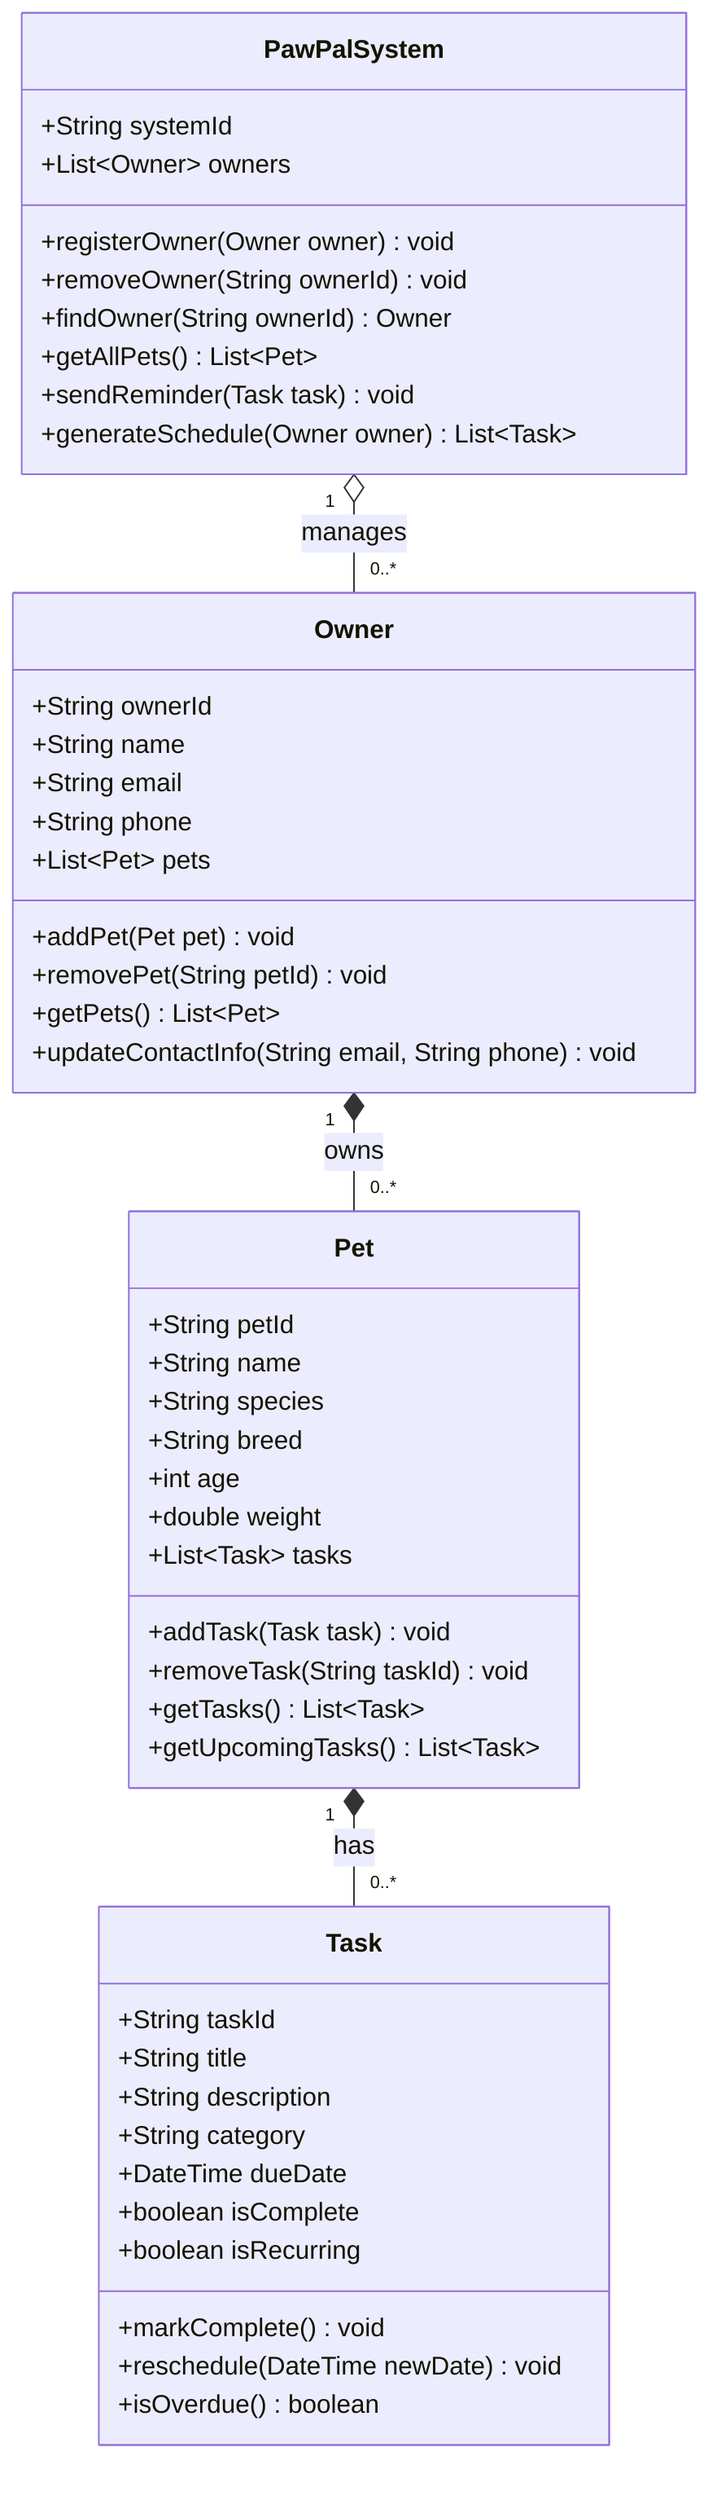
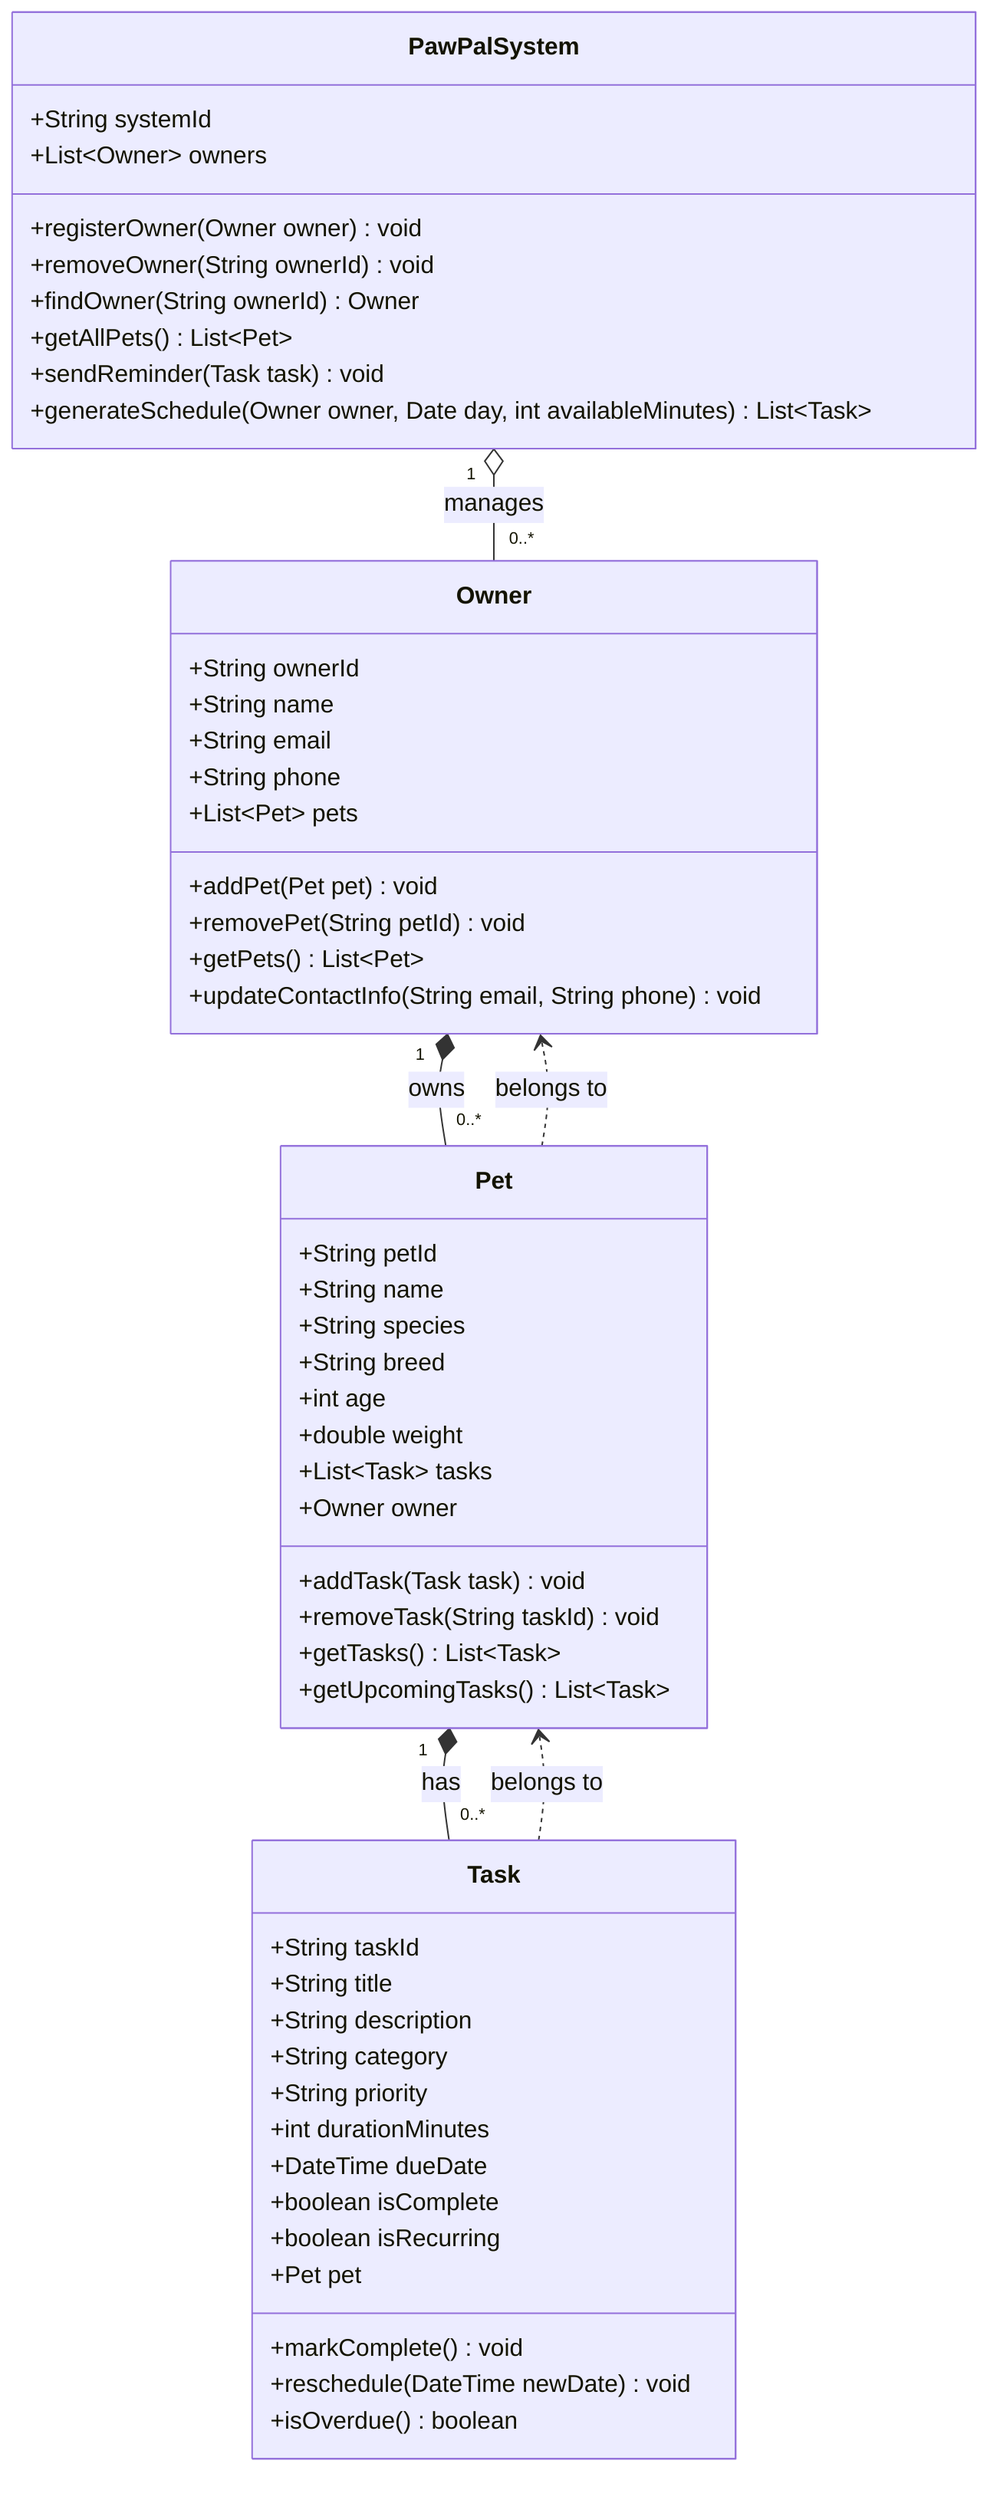
classDiagram
    %% PawPal+ — Pet Care App UML Class Diagram

    class Owner {
        +String ownerId
        +String name
        +String email
        +String phone
        +List~Pet~ pets
        +addPet(Pet pet) void
        +removePet(String petId) void
        +getPets() List~Pet~
        +updateContactInfo(String email, String phone) void
    }

    class Pet {
        +String petId
        +String name
        +String species
        +String breed
        +int age
        +double weight
        +List~Task~ tasks
+         +Owner owner
        +addTask(Task task) void
        +removeTask(String taskId) void
        +getTasks() List~Task~
        +getUpcomingTasks() List~Task~
    }

    class Task {
        +String taskId
        +String title
        +String description
        +String category
+         +String priority
+         +int durationMinutes
        +DateTime dueDate
        +boolean isComplete
        +boolean isRecurring
+         +Pet pet
        +markComplete() void
        +reschedule(DateTime newDate) void
        +isOverdue() boolean
    }

    class PawPalSystem {
        +String systemId
        +List~Owner~ owners
        +registerOwner(Owner owner) void
        +removeOwner(String ownerId) void
        +findOwner(String ownerId) Owner
        +getAllPets() List~Pet~
        +sendReminder(Task task) void
-         +generateSchedule(Owner owner) List~Task~
+         +generateSchedule(Owner owner, Date day, int availableMinutes) List~Task~
    }

    PawPalSystem "1" o-- "0..*" Owner : manages
    Owner "1" *-- "0..*" Pet : owns
    Pet "1" *-- "0..*" Task : has
+     Task ..> Pet : belongs to
+     Pet ..> Owner : belongs to
